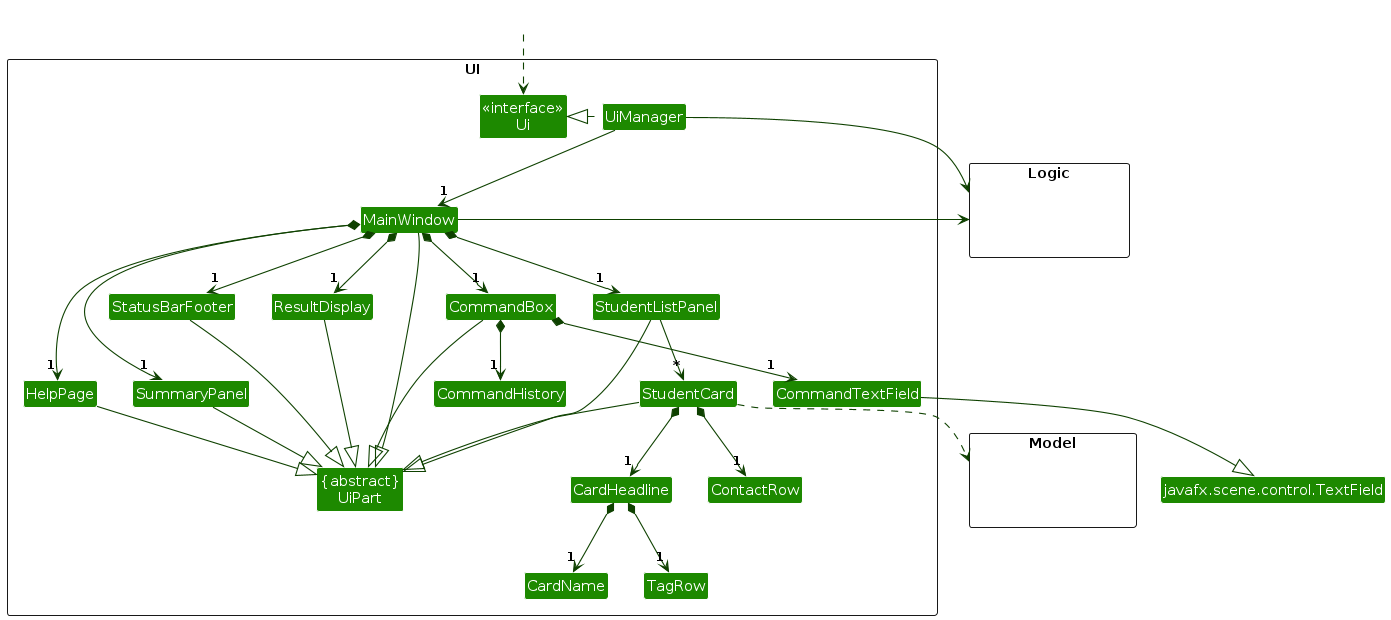
The PlantUML diagram diagrams/UiClassDiagram.png in CJBuzz/tp, before a commit. Its source is kept beside it as diagrams/UiClassDiagram.puml.
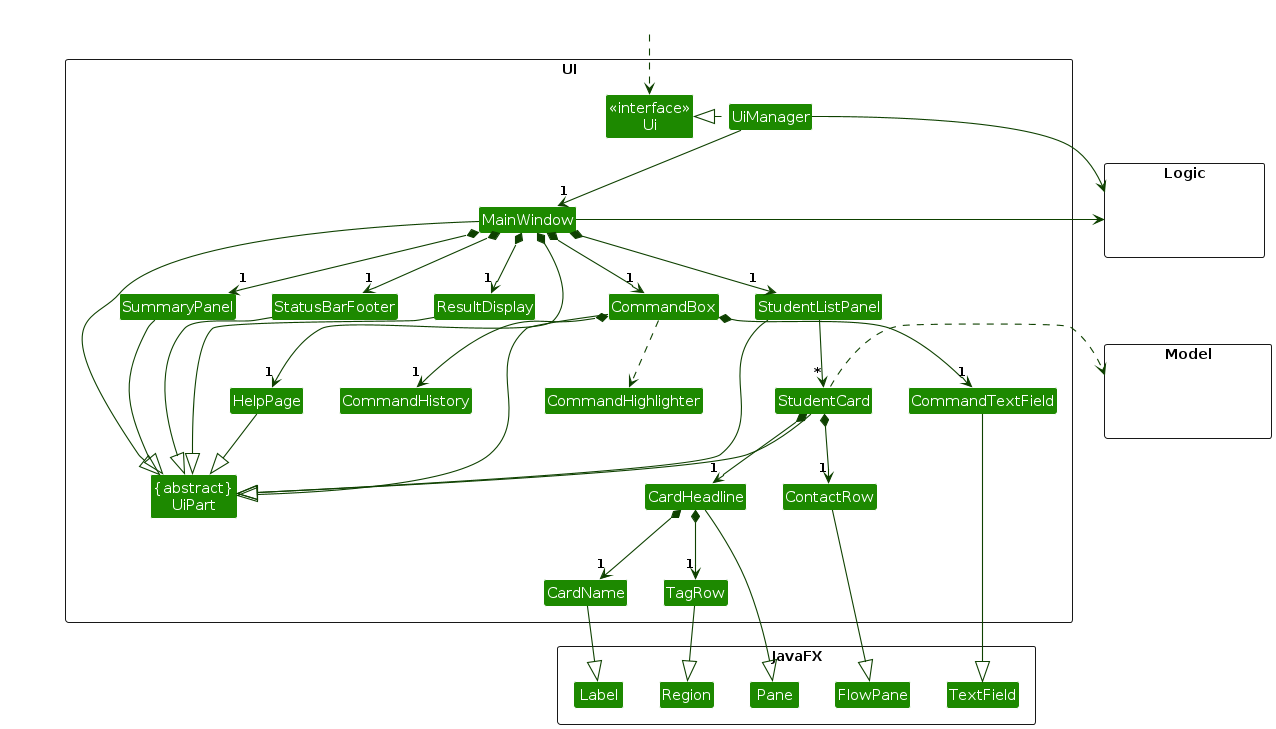
After the change.

The edit, as a diff of the source:
```diff
@@ -22,6 +22,7 @@
     ~next(text : String) : String
 }
 Class CommandTextField
+Class CommandHighlighter
 Class CardHeadline
 Class CardName
 Class TagRow
@@ -36,7 +37,14 @@
 Class HiddenLogic #FFFFFF
 }
 
-Class "javafx.scene.control.TextField" as TextField
+package JavaFX <<Rectangle>> {
+Class TextField
+Class Label
+Class Pane
+Class FlowPane
+Class Region
+}
+
 Class HiddenOutside #FFFFFF
 HiddenOutside ..> Ui
 
@@ -45,6 +53,7 @@
 MainWindow *-down->  "1" CommandBox
 CommandBox *-down-> "1" CommandHistory
 CommandBox *-down-> "1" CommandTextField
+CommandBox ..> CommandHighlighter
 MainWindow *-down-> "1" ResultDisplay
 MainWindow *-down-> "1" HelpPage
 MainWindow *-down-> "1" StudentListPanel
@@ -63,12 +72,16 @@
 ResultDisplay --|> UiPart
 CommandBox --|> UiPart
 CommandTextField --|> TextField
+CardHeadline --|> Pane
+CardName --|> Label
+TagRow --|> Region
+ContactRow --|> FlowPane
 StudentListPanel --|> UiPart
 StudentCard --|> UiPart
 StatusBarFooter --|> UiPart
 SummaryPanel --|> UiPart
 
-StudentCard ..> Model
+StudentCard .right.> Model
 UiManager -right-> Logic
 MainWindow -left-> Logic
 
```
